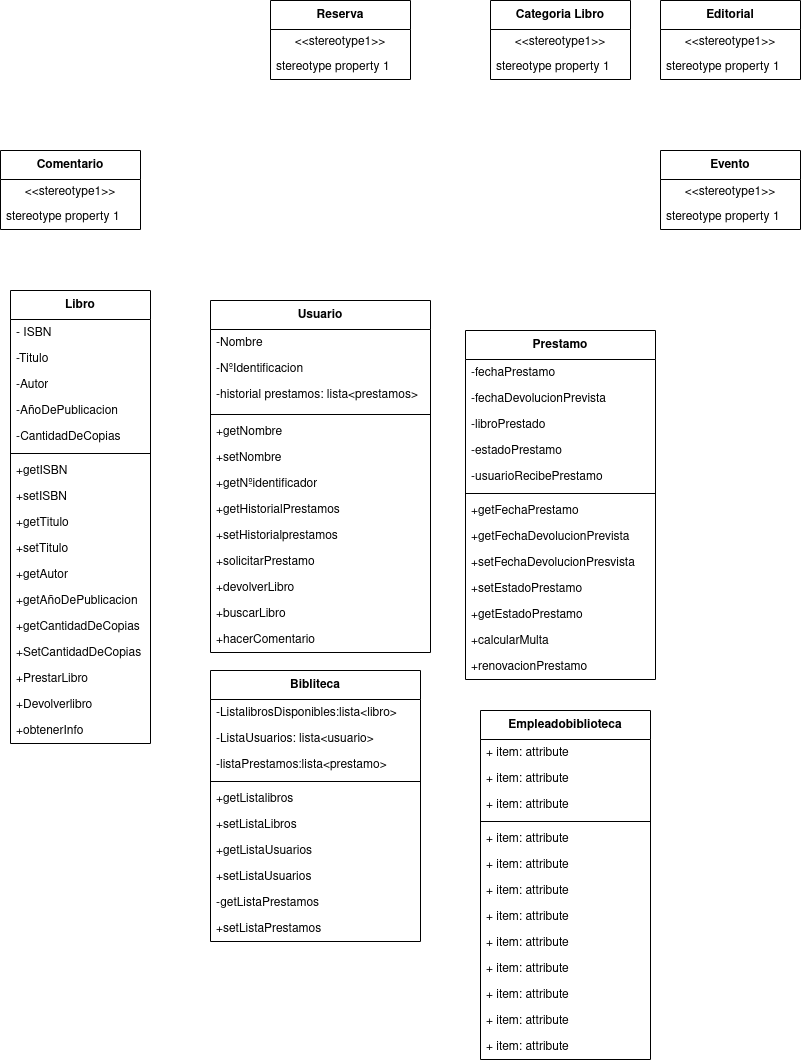
Earlier version of the draw.io export practicas/DiagramaDeClasesProyecto.png (adogonz23/programacion). Source tidied: cells renumbered, new cells last; positions are measured from the earlier drawing's top-left corner, leaving out a move shared by most shapes.
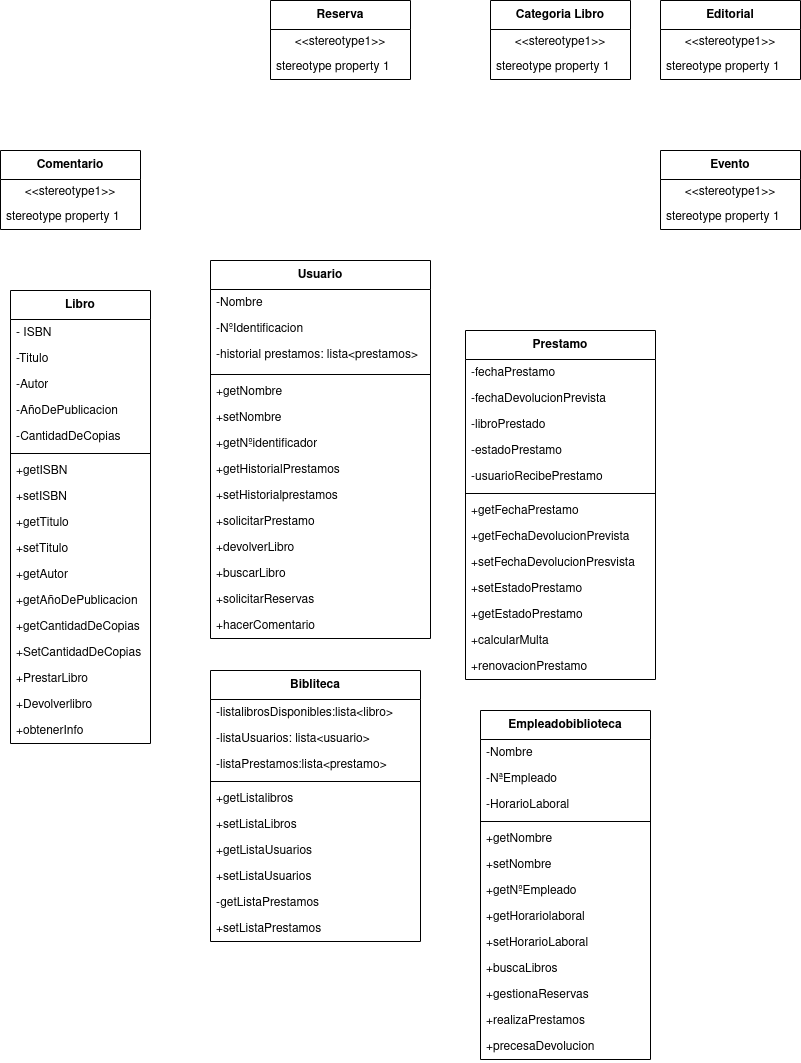
Later version of the same file.

What changed in the source:
```diff
@@ -5,10 +5,10 @@
     <mxCell id="2" value="Bibliteca" style="swimlane;fontStyle=1;align=center;verticalAlign=middle;horizontal=1;startSize=29;html=1;whiteSpace=wrap;" parent="1" vertex="1">
       <mxGeometry x="210" y="670" width="210" height="271" as="geometry" />
     </mxCell>
-    <mxCell id="3" value="-ListalibrosDisponibles:lista&amp;lt;libro&amp;gt;" style="text;strokeColor=none;fillColor=none;align=left;verticalAlign=top;spacingLeft=4;spacingRight=4;overflow=hidden;whiteSpace=wrap;html=1;" parent="2" vertex="1">
+    <mxCell id="3" value="-listalibrosDisponibles:lista&amp;lt;libro&amp;gt;" style="text;strokeColor=none;fillColor=none;align=left;verticalAlign=top;spacingLeft=4;spacingRight=4;overflow=hidden;whiteSpace=wrap;html=1;" parent="2" vertex="1">
       <mxGeometry y="29" width="210" height="26" as="geometry" />
     </mxCell>
-    <mxCell id="4" value="-ListaUsuarios: lista&amp;lt;usuario&amp;gt;" style="text;strokeColor=none;fillColor=none;align=left;verticalAlign=top;spacingLeft=4;spacingRight=4;overflow=hidden;whiteSpace=wrap;html=1;" parent="2" vertex="1">
+    <mxCell id="4" value="-listaUsuarios: lista&amp;lt;usuario&amp;gt;" style="text;strokeColor=none;fillColor=none;align=left;verticalAlign=top;spacingLeft=4;spacingRight=4;overflow=hidden;whiteSpace=wrap;html=1;" parent="2" vertex="1">
       <mxGeometry y="55" width="210" height="26" as="geometry" />
     </mxCell>
     <mxCell id="5" value="-listaPrestamos:lista&amp;lt;prestamo&amp;gt;" style="text;strokeColor=none;fillColor=none;align=left;verticalAlign=top;spacingLeft=4;spacingRight=4;overflow=hidden;whiteSpace=wrap;html=1;" parent="2" vertex="1">
@@ -78,7 +78,7 @@
       <mxGeometry y="323" width="190" height="26" as="geometry" />
     </mxCell>
     <mxCell id="27" value="Usuario" style="swimlane;fontStyle=1;align=center;verticalAlign=middle;horizontal=1;startSize=29;html=1;whiteSpace=wrap;" parent="1" vertex="1">
-      <mxGeometry x="210" y="300" width="220" height="352" as="geometry" />
+      <mxGeometry x="210" y="260" width="220" height="378" as="geometry" />
     </mxCell>
     <mxCell id="28" value="-Nombre" style="text;strokeColor=none;fillColor=none;align=left;verticalAlign=top;spacingLeft=4;spacingRight=4;overflow=hidden;whiteSpace=wrap;html=1;" parent="27" vertex="1">
       <mxGeometry y="29" width="220" height="26" as="geometry" />
@@ -116,8 +116,11 @@
     <mxCell id="39" value="+buscarLibro" style="text;strokeColor=none;fillColor=none;align=left;verticalAlign=top;spacingLeft=4;spacingRight=4;overflow=hidden;whiteSpace=wrap;html=1;" parent="27" vertex="1">
       <mxGeometry y="300" width="220" height="26" as="geometry" />
     </mxCell>
+    <mxCell id="88" value="+solicitarReservas" style="text;strokeColor=none;fillColor=none;align=left;verticalAlign=top;spacingLeft=4;spacingRight=4;overflow=hidden;whiteSpace=wrap;html=1;" parent="27" vertex="1">
+      <mxGeometry y="326" width="220" height="26" as="geometry" />
+    </mxCell>
     <mxCell id="40" value="+hacerComentario" style="text;strokeColor=none;fillColor=none;align=left;verticalAlign=top;spacingLeft=4;spacingRight=4;overflow=hidden;whiteSpace=wrap;html=1;" parent="27" vertex="1">
-      <mxGeometry y="326" width="220" height="26" as="geometry" />
+      <mxGeometry y="352" width="220" height="26" as="geometry" />
     </mxCell>
     <mxCell id="41" value="Libro" style="swimlane;fontStyle=1;align=center;verticalAlign=middle;horizontal=1;startSize=29;html=1;whiteSpace=wrap;" parent="1" vertex="1">
       <mxGeometry x="10" y="290" width="140" height="453" as="geometry" />
@@ -212,43 +215,43 @@
     <mxCell id="71" value="Empleadobiblioteca" style="swimlane;fontStyle=1;align=center;verticalAlign=middle;horizontal=1;startSize=29;html=1;whiteSpace=wrap;" parent="1" vertex="1">
       <mxGeometry x="480" y="710" width="170" height="349" as="geometry" />
     </mxCell>
-    <mxCell id="72" value="+ item: attribute" style="text;strokeColor=none;fillColor=none;align=left;verticalAlign=top;spacingLeft=4;spacingRight=4;overflow=hidden;whiteSpace=wrap;html=1;" parent="71" vertex="1">
+    <mxCell id="72" value="-Nombre" style="text;strokeColor=none;fillColor=none;align=left;verticalAlign=top;spacingLeft=4;spacingRight=4;overflow=hidden;whiteSpace=wrap;html=1;" parent="71" vertex="1">
       <mxGeometry y="29" width="170" height="26" as="geometry" />
     </mxCell>
-    <mxCell id="73" value="+ item: attribute" style="text;strokeColor=none;fillColor=none;align=left;verticalAlign=top;spacingLeft=4;spacingRight=4;overflow=hidden;whiteSpace=wrap;html=1;" parent="71" vertex="1">
+    <mxCell id="73" value="-NªEmpleado" style="text;strokeColor=none;fillColor=none;align=left;verticalAlign=top;spacingLeft=4;spacingRight=4;overflow=hidden;whiteSpace=wrap;html=1;" parent="71" vertex="1">
       <mxGeometry y="55" width="170" height="26" as="geometry" />
     </mxCell>
-    <mxCell id="74" value="+ item: attribute" style="text;strokeColor=none;fillColor=none;align=left;verticalAlign=top;spacingLeft=4;spacingRight=4;overflow=hidden;whiteSpace=wrap;html=1;" parent="71" vertex="1">
+    <mxCell id="74" value="-HorarioLaboral" style="text;strokeColor=none;fillColor=none;align=left;verticalAlign=top;spacingLeft=4;spacingRight=4;overflow=hidden;whiteSpace=wrap;html=1;" parent="71" vertex="1">
       <mxGeometry y="81" width="170" height="26" as="geometry" />
     </mxCell>
     <mxCell id="75" style="line;strokeWidth=1;fillColor=none;align=left;verticalAlign=middle;spacingTop=-1;spacingLeft=3;spacingRight=3;labelPosition=right;strokeColor=inherit;" parent="71" vertex="1">
       <mxGeometry y="107" width="170" height="8" as="geometry" />
     </mxCell>
-    <mxCell id="76" value="+ item: attribute" style="text;strokeColor=none;fillColor=none;align=left;verticalAlign=top;spacingLeft=4;spacingRight=4;overflow=hidden;whiteSpace=wrap;html=1;" parent="71" vertex="1">
+    <mxCell id="76" value="+getNombre" style="text;strokeColor=none;fillColor=none;align=left;verticalAlign=top;spacingLeft=4;spacingRight=4;overflow=hidden;whiteSpace=wrap;html=1;" parent="71" vertex="1">
       <mxGeometry y="115" width="170" height="26" as="geometry" />
     </mxCell>
-    <mxCell id="77" value="+ item: attribute" style="text;strokeColor=none;fillColor=none;align=left;verticalAlign=top;spacingLeft=4;spacingRight=4;overflow=hidden;whiteSpace=wrap;html=1;" parent="71" vertex="1">
+    <mxCell id="77" value="+setNombre" style="text;strokeColor=none;fillColor=none;align=left;verticalAlign=top;spacingLeft=4;spacingRight=4;overflow=hidden;whiteSpace=wrap;html=1;" parent="71" vertex="1">
       <mxGeometry y="141" width="170" height="26" as="geometry" />
     </mxCell>
-    <mxCell id="78" value="+ item: attribute" style="text;strokeColor=none;fillColor=none;align=left;verticalAlign=top;spacingLeft=4;spacingRight=4;overflow=hidden;whiteSpace=wrap;html=1;" parent="71" vertex="1">
+    <mxCell id="78" value="+getNºEmpleado" style="text;strokeColor=none;fillColor=none;align=left;verticalAlign=top;spacingLeft=4;spacingRight=4;overflow=hidden;whiteSpace=wrap;html=1;" parent="71" vertex="1">
       <mxGeometry y="167" width="170" height="26" as="geometry" />
     </mxCell>
-    <mxCell id="79" value="+ item: attribute" style="text;strokeColor=none;fillColor=none;align=left;verticalAlign=top;spacingLeft=4;spacingRight=4;overflow=hidden;whiteSpace=wrap;html=1;" parent="71" vertex="1">
+    <mxCell id="79" value="+getHorariolaboral" style="text;strokeColor=none;fillColor=none;align=left;verticalAlign=top;spacingLeft=4;spacingRight=4;overflow=hidden;whiteSpace=wrap;html=1;" parent="71" vertex="1">
       <mxGeometry y="193" width="170" height="26" as="geometry" />
     </mxCell>
-    <mxCell id="80" value="+ item: attribute" style="text;strokeColor=none;fillColor=none;align=left;verticalAlign=top;spacingLeft=4;spacingRight=4;overflow=hidden;whiteSpace=wrap;html=1;" parent="71" vertex="1">
+    <mxCell id="80" value="+setHorarioLaboral" style="text;strokeColor=none;fillColor=none;align=left;verticalAlign=top;spacingLeft=4;spacingRight=4;overflow=hidden;whiteSpace=wrap;html=1;" parent="71" vertex="1">
       <mxGeometry y="219" width="170" height="26" as="geometry" />
     </mxCell>
-    <mxCell id="81" value="+ item: attribute" style="text;strokeColor=none;fillColor=none;align=left;verticalAlign=top;spacingLeft=4;spacingRight=4;overflow=hidden;whiteSpace=wrap;html=1;" parent="71" vertex="1">
+    <mxCell id="81" value="+buscaLibros" style="text;strokeColor=none;fillColor=none;align=left;verticalAlign=top;spacingLeft=4;spacingRight=4;overflow=hidden;whiteSpace=wrap;html=1;" parent="71" vertex="1">
       <mxGeometry y="245" width="170" height="26" as="geometry" />
     </mxCell>
-    <mxCell id="82" value="+ item: attribute" style="text;strokeColor=none;fillColor=none;align=left;verticalAlign=top;spacingLeft=4;spacingRight=4;overflow=hidden;whiteSpace=wrap;html=1;" parent="71" vertex="1">
+    <mxCell id="82" value="+gestionaReservas" style="text;strokeColor=none;fillColor=none;align=left;verticalAlign=top;spacingLeft=4;spacingRight=4;overflow=hidden;whiteSpace=wrap;html=1;" parent="71" vertex="1">
       <mxGeometry y="271" width="170" height="26" as="geometry" />
     </mxCell>
-    <mxCell id="83" value="+ item: attribute" style="text;strokeColor=none;fillColor=none;align=left;verticalAlign=top;spacingLeft=4;spacingRight=4;overflow=hidden;whiteSpace=wrap;html=1;" parent="71" vertex="1">
+    <mxCell id="83" value="+realizaPrestamos" style="text;strokeColor=none;fillColor=none;align=left;verticalAlign=top;spacingLeft=4;spacingRight=4;overflow=hidden;whiteSpace=wrap;html=1;" parent="71" vertex="1">
       <mxGeometry y="297" width="170" height="26" as="geometry" />
     </mxCell>
-    <mxCell id="84" value="+ item: attribute" style="text;strokeColor=none;fillColor=none;align=left;verticalAlign=top;spacingLeft=4;spacingRight=4;overflow=hidden;whiteSpace=wrap;html=1;" parent="71" vertex="1">
+    <mxCell id="84" value="+precesaDevolucion" style="text;strokeColor=none;fillColor=none;align=left;verticalAlign=top;spacingLeft=4;spacingRight=4;overflow=hidden;whiteSpace=wrap;html=1;" parent="71" vertex="1">
       <mxGeometry y="323" width="170" height="26" as="geometry" />
     </mxCell>
     <mxCell id="85" value="Categoria Libro" style="swimlane;fontStyle=1;align=center;verticalAlign=middle;horizontal=1;startSize=29;html=1;whiteSpace=wrap;" parent="1" vertex="1">
```
